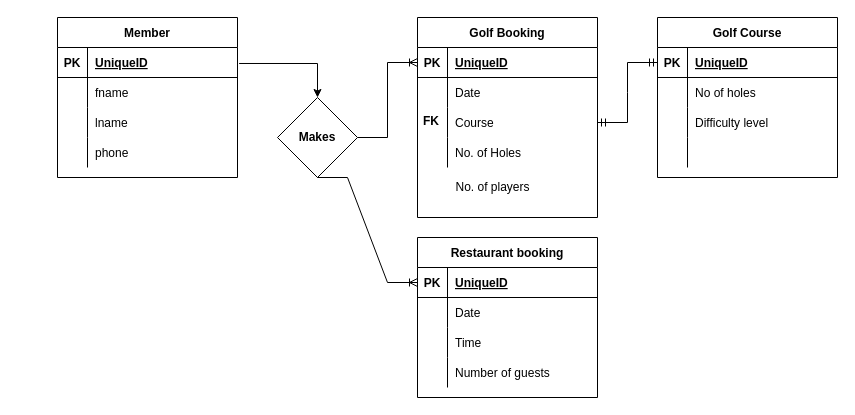
The draw.io diagram Golf Club DB Design.drawio in y2-SW-project/sw-project-ca1-ManuJose1, before the edit. Source tidied: cells renumbered, new cells numbered last; positions are measured from the earlier drawing's top-left corner, leaving out a move shared by most shapes. Both pictures are drawn from the tidied source at 100%, with x=0, y=0 at pixel (57, 17).
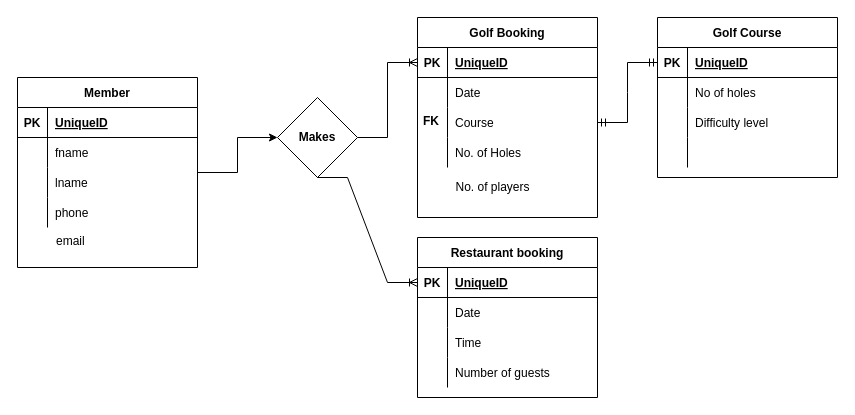
The same diagram, later.

Commit message (it also covers changes not shown here):
Updated report and use case diagrams

Unchanged cells that the change refers to:
```xml
<mxCell id="4" style="shape=tableRow;horizontal=0;startSize=0;swimlaneHead=0;swimlaneBody=0;fillColor=none;points=[[0,0.5],[1,0.5]];portConstraint=eastwest;top=0;left=0;right=0;bottom=1;rounded=0;" parent="3" vertex="1">
  <mxGeometry y="30" width="180" height="30" as="geometry" />
</mxCell>
<mxCell id="34" value="Makes" style="rhombus;whiteSpace=wrap;html=1;startSize=30;fontStyle=1;rounded=0;" parent="1" vertex="1">
  <mxGeometry x="220" y="80" width="80" height="80" as="geometry" />
</mxCell>
```

What changed in the source:
```diff
@@
-    <mxCell id="2" style="edgeStyle=orthogonalEdgeStyle;rounded=0;jettySize=auto;html=1;exitX=1.009;exitY=0.533;exitDx=0;exitDy=0;exitPerimeter=0;" parent="1" edge="1" source="4" target="34">
-      <mxGeometry relative="1" as="geometry" />
-    </mxCell>
+    <mxCell id="63" style="edgeStyle=orthogonalEdgeStyle;rounded=0;jettySize=auto;html=1;entryX=0;entryY=0.5;entryDx=0;entryDy=0;" parent="1" edge="1" source="3" target="34">
+      <mxGeometry relative="1" as="geometry" />
+    </mxCell>
     <mxCell id="3" value="Member" style="shape=table;startSize=30;childLayout=tableLayout;rowLines=0;fontStyle=1;align=center;rounded=0;" parent="1" vertex="1">
-      <mxGeometry width="180" height="160" as="geometry" />
+      <mxGeometry x="-40" y="60" width="180" height="190" as="geometry" />
     </mxCell>
@@
+    <mxCell id="64" style="shape=tableRow;horizontal=0;startSize=0;swimlaneHead=0;swimlaneBody=0;fillColor=none;top=0;left=0;right=0;bottom=0;rounded=0;" parent="1" vertex="1">
+      <mxGeometry x="-39" y="208" width="180" height="30" as="geometry" />
+    </mxCell>
+    <mxCell id="65" style="shape=partialRectangle;fillColor=none;top=0;left=0;bottom=0;right=0;overflow=hidden;rounded=0;" parent="64" vertex="1">
+      <mxGeometry width="30" height="30" as="geometry" />
+    </mxCell>
+    <mxCell id="66" value="email" style="shape=partialRectangle;fillColor=none;top=0;left=0;bottom=0;right=0;align=left;spacingLeft=6;overflow=hidden;rounded=0;" parent="64" vertex="1">
+      <mxGeometry x="30" width="150" height="30" as="geometry" />
+    </mxCell>
```
